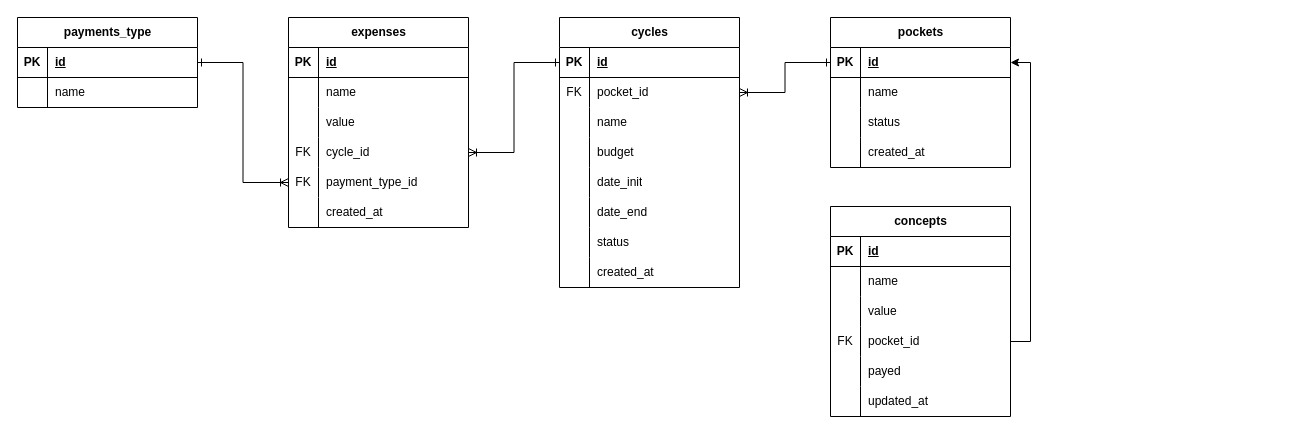
Earlier version of the draw.io diagram Expenses.drawio (manuelgomezsw/expenses-api). Source tidied: cells renumbered, new cells numbered last; positions are measured from the earlier drawing's top-left corner, leaving out a move shared by most shapes. Both pictures are drawn from the tidied source at 100%, with x=0, y=0 at pixel (17, 17).
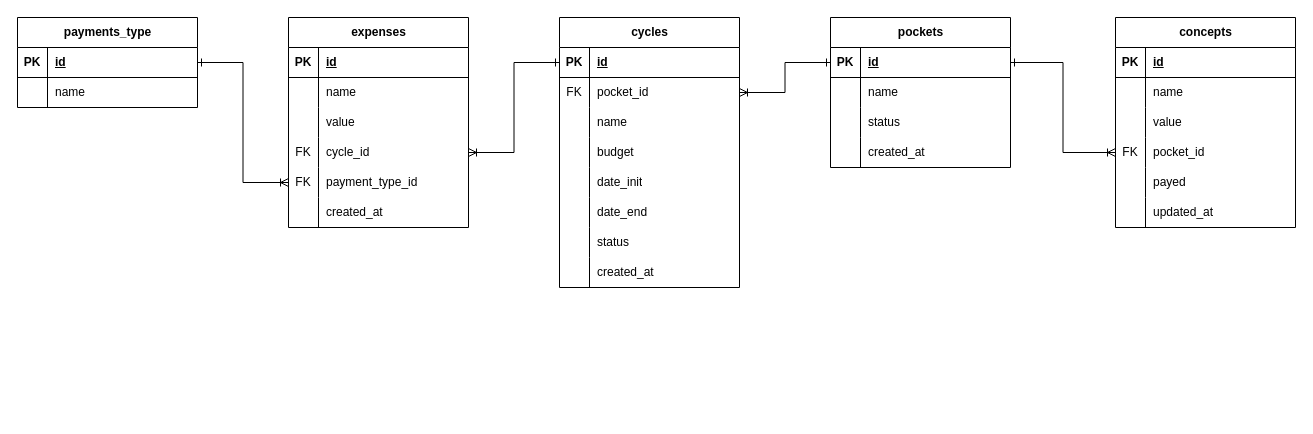
The same page after the edit.

The change refers to these unchanged cells:
```xml
<mxCell id="11" style="shape=tableRow;horizontal=0;startSize=0;swimlaneHead=0;swimlaneBody=0;fillColor=none;points=[[0,0.5],[1,0.5]];portConstraint=eastwest;top=0;left=0;right=0;bottom=1;" parent="10" vertex="1">
  <mxGeometry y="30" width="180" height="30" as="geometry" />
</mxCell>
<mxCell id="79" style="shape=tableRow;horizontal=0;startSize=0;swimlaneHead=0;swimlaneBody=0;fillColor=none;points=[[0,0.5],[1,0.5]];portConstraint=eastwest;top=0;left=0;right=0;bottom=0;" parent="69" vertex="1">
  <mxGeometry y="120" width="180" height="30" as="geometry" />
</mxCell>
```

The edit, as a diff of the source:
```diff
@@
     <mxCell id="69" value="concepts" style="shape=table;startSize=30;childLayout=tableLayout;rowLines=0;fontStyle=1;align=center;html=1;" parent="1" vertex="1">
-      <mxGeometry x="813" y="189" width="180" height="210" as="geometry" />
+      <mxGeometry x="1098" width="180" height="210" as="geometry" />
     </mxCell>
@@
-    <mxCell id="88" style="edgeStyle=orthogonalEdgeStyle;rounded=0;jettySize=auto;html=1;exitX=1;exitY=0.5;exitDx=0;exitDy=0;" parent="1" edge="1" source="79" target="11">
+    <mxCell id="88" style="edgeStyle=orthogonalEdgeStyle;rounded=0;jettySize=auto;html=1;exitX=0;exitY=0.5;exitDx=0;exitDy=0;startArrow=ERoneToMany;startFill=0;endArrow=ERone;endFill=0;" parent="1" edge="1" source="79" target="11">
       <mxGeometry relative="1" as="geometry" />
     </mxCell>
```
